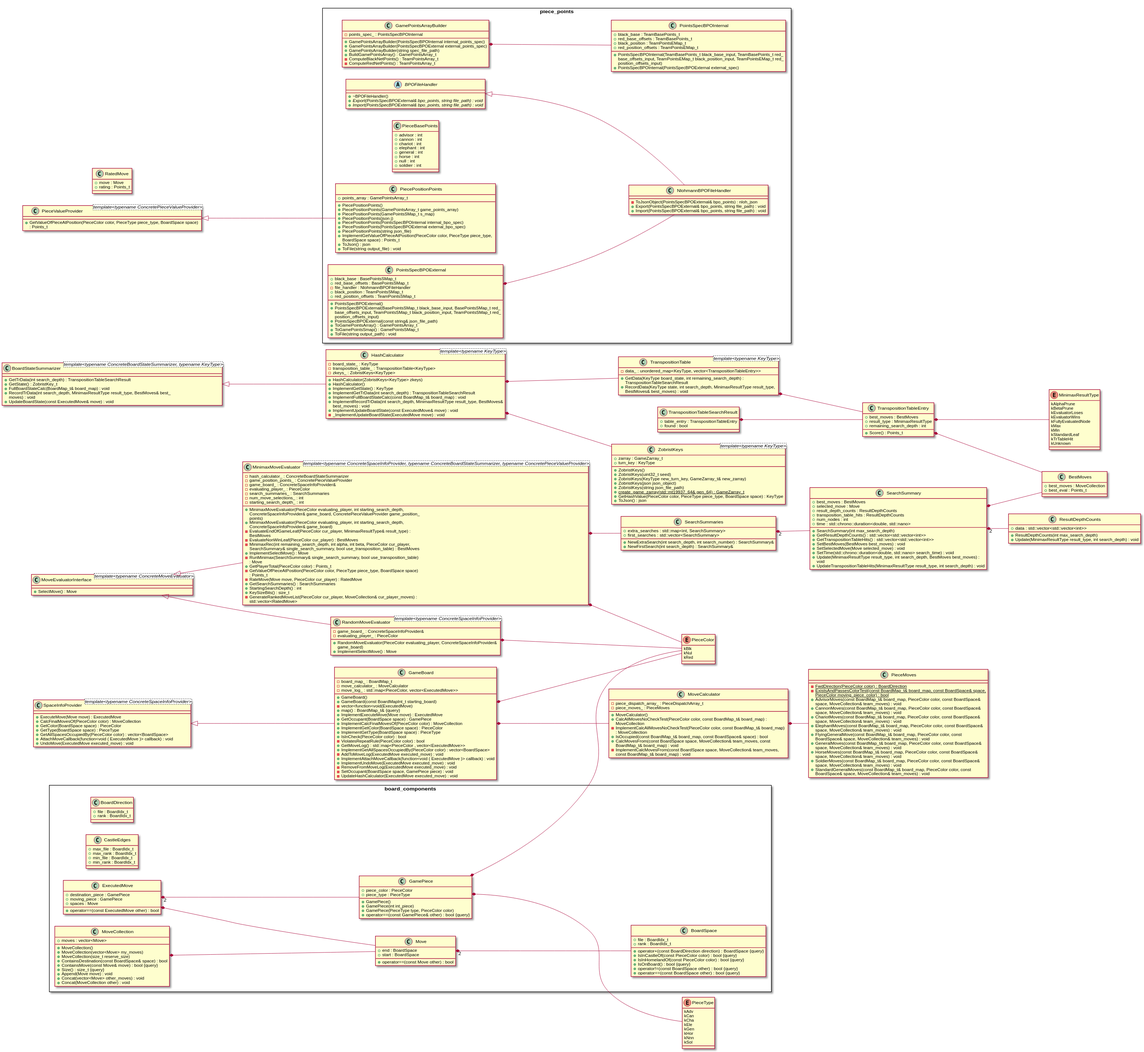
Above: docs/plantuml/output.svg in duanegoodner/xiangqigame (PlantUML), before the change.
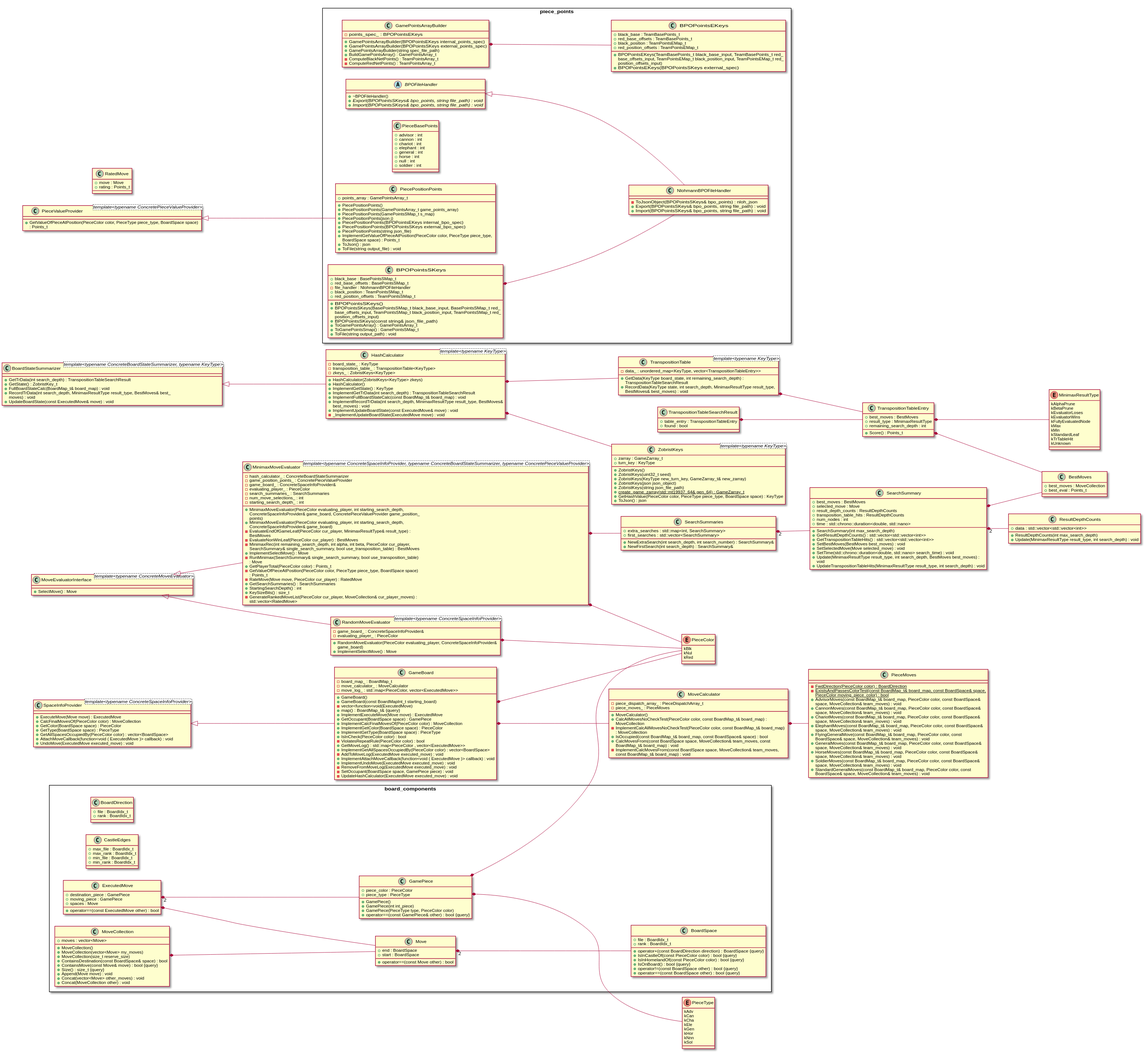
Above is the later version.

Commit message:
rename PointsSpecBPOInternal -> BPOPointsEkeys; PointsSpecBPOExternal -> BPOPointsEKeys

What changed in the source:
```diff
@@ -256,24 +256,24 @@
 namespace piece_points {
 	abstract class BPOFileHandler {
 		+~BPOFileHandler()
-		+{abstract} Export(PointsSpecBPOExternal& bpo_points, string file_path) : void
-		+{abstract} Import(PointsSpecBPOExternal& bpo_points, string file_path) : void
+		+{abstract} Export(BPOPointsSKeys& bpo_points, string file_path) : void
+		+{abstract} Import(BPOPointsSKeys& bpo_points, string file_path) : void
 	}
 
 	class GamePointsArrayBuilder {
-		+GamePointsArrayBuilder(PointsSpecBPOInternal internal_points_spec)
-		+GamePointsArrayBuilder(PointsSpecBPOExternal external_points_spec)
+		+GamePointsArrayBuilder(BPOPointsEKeys internal_points_spec)
+		+GamePointsArrayBuilder(BPOPointsSKeys external_points_spec)
 		+GamePointsArrayBuilder(string spec_file_path)
 		+BuildGamePointsArray() : GamePointsArray_t
-		-points_spec_ : PointsSpecBPOInternal
+		-points_spec_ : BPOPointsEKeys
 		-ComputeBlackNetPoints() : TeamPointsArray_t
 		-ComputeRedNetPoints() : TeamPointsArray_t
 	}
 
 	class NlohmannBPOFileHandler {
-		-ToJsonObject(PointsSpecBPOExternal& bpo_points) : nloh_json
-		+Export(PointsSpecBPOExternal& bpo_points, string file_path) : void
-		+Import(PointsSpecBPOExternal& bpo_points, string file_path) : void
+		-ToJsonObject(BPOPointsSKeys& bpo_points) : nloh_json
+		+Export(BPOPointsSKeys& bpo_points, string file_path) : void
+		+Import(BPOPointsSKeys& bpo_points, string file_path) : void
 	}
 
 	class PieceBasePoints {
@@ -292,8 +292,8 @@
 		+PiecePositionPoints(GamePointsArray_t game_points_array)
 		+PiecePositionPoints(GamePointsSMap_t s_map)
 		+PiecePositionPoints(json j)
-		+PiecePositionPoints(PointsSpecBPOInternal internal_bpo_spec)
-		+PiecePositionPoints(PointsSpecBPOExternal external_bpo_spec)
+		+PiecePositionPoints(BPOPointsEKeys internal_bpo_spec)
+		+PiecePositionPoints(BPOPointsSKeys external_bpo_spec)
 		+PiecePositionPoints(string json_file)
 		+points_array : GamePointsArray_t
 		+ImplementGetValueOfPieceAtPosition(PieceColor color, PieceType piece_type, BoardSpace space) : Points_t
@@ -301,10 +301,10 @@
 		+ToFile(string output_file) : void
 	}
 
-	class PointsSpecBPOExternal {
-		+PointsSpecBPOExternal()
-		+PointsSpecBPOExternal(BasePointsSMap_t black_base_input, BasePointsSMap_t red_base_offsets_input, TeamPointsSMap_t black_position_input, TeamPointsSMap_t red_position_offsets_input)
-		+PointsSpecBPOExternal(const string& json_file_path)
+	class BPOPointsSKeys {
+		+BPOPointsSKeys()
+		+BPOPointsSKeys(BasePointsSMap_t black_base_input, BasePointsSMap_t red_base_offsets_input, TeamPointsSMap_t black_position_input, TeamPointsSMap_t red_position_offsets_input)
+		+BPOPointsSKeys(const string& json_file_path)
 		+black_base : BasePointsSMap_t
 		+red_base_offsets : BasePointsSMap_t
 		+ToGamePointsArray() : GamePointsArray_t
@@ -315,9 +315,9 @@
 		+ToFile(string output_path) : void
 	}
 
-	class PointsSpecBPOInternal {
-		+PointsSpecBPOInternal(TeamBasePoints_t black_base_input, TeamBasePoints_t red_base_offsets_input, TeamPointsEMap_t black_position_input, TeamPointsEMap_t red_position_offsets_input)
-		+PointsSpecBPOInternal(PointsSpecBPOExternal external_spec)
+	class BPOPointsEKeys {
+		+BPOPointsEKeys(TeamBasePoints_t black_base_input, TeamBasePoints_t red_base_offsets_input, TeamPointsEMap_t black_position_input, TeamPointsEMap_t red_position_offsets_input)
+		+BPOPointsEKeys(BPOPointsSKeys external_spec)
 		+black_base : TeamBasePoints_t
 		+red_base_offsets : TeamBasePoints_t
 		+black_position : TeamPointsEMap_t
@@ -431,7 +431,7 @@
 board_components.GamePiece *-- PieceType
 
 
-piece_points.GamePointsArrayBuilder *-- piece_points.PointsSpecBPOInternal
+piece_points.GamePointsArrayBuilder *-- piece_points.BPOPointsEKeys
 
 
 HashCalculator *-- TranspositionTable
@@ -455,7 +455,7 @@
 board_components.MoveCollection *-- board_components.Move
 
 
-piece_points.PointsSpecBPOExternal *-- piece_points.NlohmannBPOFileHandler
+piece_points.BPOPointsSKeys *-- piece_points.NlohmannBPOFileHandler
 
 
 RandomMoveEvaluator *-- PieceColor
```
